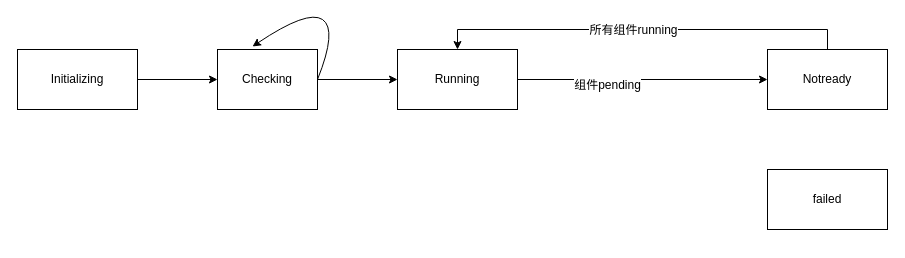
Earlier version of the draw.io diagram Untitled Diagram.drawio (yadzhang/testgit). Source tidied: cells renumbered, new cells numbered last; positions are measured from the earlier drawing's top-left corner, leaving out a move shared by most shapes. Both pictures are drawn from the tidied source at 100%, with x=0, y=0 at pixel (17, 9).
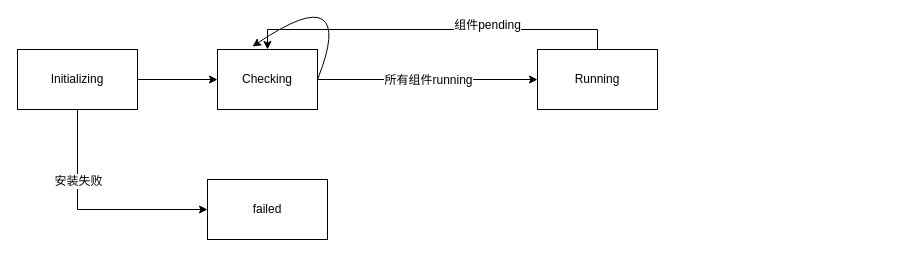
The same page after the edit.

Commit message:
remove not ready

Change to the diagram source:
```diff
@@
 <mxGraphModel>
   <root>
     <mxCell id="0" />
     <mxCell id="1" parent="0" />
     <mxCell id="2" style="edgeStyle=orthogonalEdgeStyle;rounded=0;jettySize=auto;html=1;exitX=1;exitY=0.5;exitDx=0;exitDy=0;entryX=0;entryY=0.5;entryDx=0;entryDy=0;" parent="1" edge="1" source="3" target="5">
       <mxGeometry relative="1" as="geometry" />
     </mxCell>
     <mxCell id="3" value="Initializing" style="rounded=0;whiteSpace=wrap;html=1;" parent="1" vertex="1">
       <mxGeometry y="40" width="120" height="60" as="geometry" />
     </mxCell>
     <mxCell id="4" style="edgeStyle=orthogonalEdgeStyle;rounded=0;jettySize=auto;html=1;entryX=0;entryY=0.5;entryDx=0;entryDy=0;" parent="1" edge="1" source="5" target="8">
       <mxGeometry relative="1" as="geometry" />
     </mxCell>
+    <mxCell id="10" value="所有组件running" style="text;html=1;align=center;verticalAlign=middle;labelBackgroundColor=#ffffff;" parent="4" vertex="1">
+      <mxGeometry x="-0.4" y="-2" relative="1" as="geometry">
+        <mxPoint x="44" y="-2" as="offset" />
+      </mxGeometry>
+    </mxCell>
     <mxCell id="5" value="Checking" style="rounded=0;whiteSpace=wrap;html=1;" parent="1" vertex="1">
       <mxGeometry x="200" y="40" width="100" height="60" as="geometry" />
     </mxCell>
-    <mxCell id="6" style="edgeStyle=orthogonalEdgeStyle;rounded=0;jettySize=auto;html=1;" parent="1" edge="1" source="8" target="11">
+    <mxCell id="6" style="edgeStyle=orthogonalEdgeStyle;rounded=0;jettySize=auto;html=1;exitX=0.5;exitY=0;exitDx=0;exitDy=0;entryX=0.5;entryY=0;entryDx=0;entryDy=0;" parent="1" edge="1" source="8" target="5">
       <mxGeometry relative="1" as="geometry" />
     </mxCell>
     <mxCell id="7" value="组件pending" style="text;html=1;align=center;verticalAlign=middle;labelBackgroundColor=#ffffff;" parent="6" vertex="1">
       <mxGeometry x="-0.29" y="-5" relative="1" as="geometry" />
     </mxCell>
     <mxCell id="8" value="Running" style="rounded=0;whiteSpace=wrap;html=1;" parent="1" vertex="1">
-      <mxGeometry x="380" y="40" width="120" height="60" as="geometry" />
+      <mxGeometry x="520" y="40" width="120" height="60" as="geometry" />
     </mxCell>
-    <mxCell id="9" style="edgeStyle=orthogonalEdgeStyle;rounded=0;jettySize=auto;html=1;entryX=0.5;entryY=0;entryDx=0;entryDy=0;exitX=0.5;exitY=0;exitDx=0;exitDy=0;" parent="1" edge="1" source="11" target="8">
-      <mxGeometry relative="1" as="geometry" />
-    </mxCell>
-    <mxCell id="10" value="所有组件running" style="text;html=1;align=center;verticalAlign=middle;labelBackgroundColor=#ffffff;" parent="9" vertex="1">
-      <mxGeometry x="0.05" relative="1" as="geometry" />
-    </mxCell>
-    <mxCell id="11" value="Notready" style="rounded=0;whiteSpace=wrap;html=1;" parent="1" vertex="1">
-      <mxGeometry x="750" y="40" width="120" height="60" as="geometry" />
-    </mxCell>
     <mxCell id="12" style="curved=1;endArrow=classic;html=1;exitX=1;exitY=0.5;exitDx=0;exitDy=0;entryX=0.35;entryY=-0.05;entryDx=0;entryDy=0;entryPerimeter=0;" parent="1" edge="1" source="5" target="5">
       <mxGeometry relative="1" as="geometry">
         <Array as="points">
           <mxPoint x="320" y="20" />
           <mxPoint x="290" />
         </Array>
       </mxGeometry>
     </mxCell>
     <mxCell id="13" value="failed" style="rounded=0;whiteSpace=wrap;html=1;" parent="1" vertex="1">
-      <mxGeometry x="750" y="160" width="120" height="60" as="geometry" />
+      <mxGeometry x="190" y="170" width="120" height="60" as="geometry" />
     </mxCell>
+    <mxCell id="14" style="edgeStyle=orthogonalEdgeStyle;rounded=0;jettySize=auto;html=1;exitX=0.5;exitY=1;exitDx=0;exitDy=0;entryX=0;entryY=0.5;entryDx=0;entryDy=0;" parent="1" edge="1" source="3" target="13">
+      <mxGeometry relative="1" as="geometry" />
+    </mxCell>
+    <mxCell id="15" value="安装失败" style="text;html=1;align=center;verticalAlign=middle;labelBackgroundColor=#ffffff;" parent="14" vertex="1">
+      <mxGeometry x="-0.38" relative="1" as="geometry" />
+    </mxCell>
   </root>
 </mxGraphModel>
```
